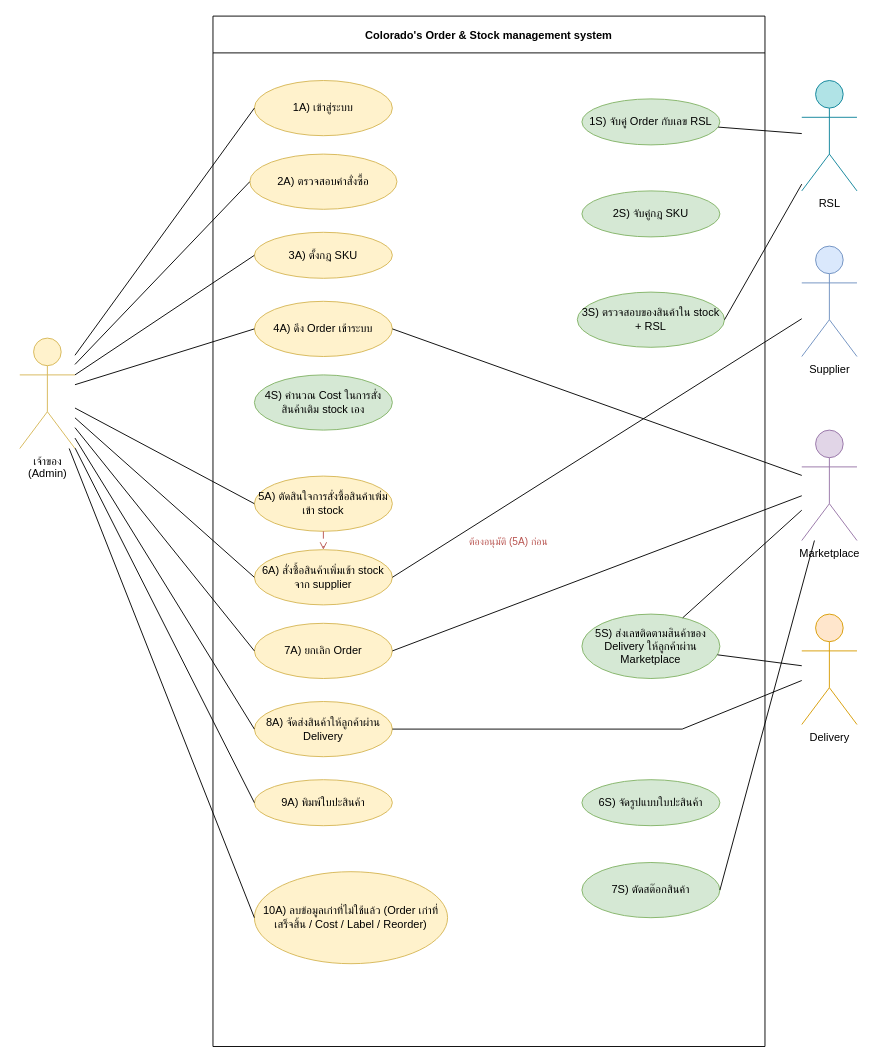
Before: 02-chapter2-business-process/src/SA Project - UseCase-To-Be usecase (fixed2).drawio.xml in xbpkdi/321-sa-proj, a draw.io diagram. Source tidied: cells renumbered, new cells numbered last; positions are measured from the earlier drawing's top-left corner, leaving out a move shared by most shapes. Both pictures are drawn from the tidied source at 92%, with x=0, y=0 at pixel (19, 16).
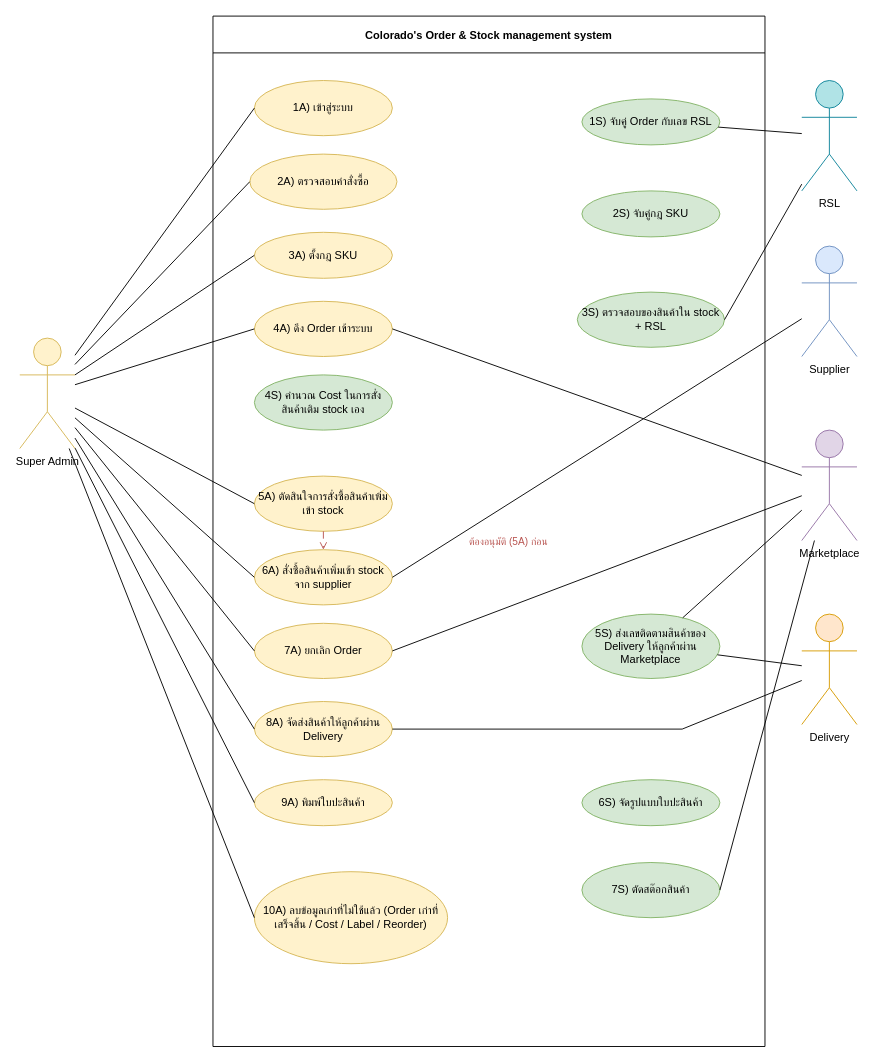
The same page after the edit.

Change to the diagram source:
```diff
@@
-    <mxCell id="30" value="&lt;div&gt;เจ้าของ&lt;/div&gt;(Admin)" style="shape=umlActor;verticalLabelPosition=bottom;verticalAlign=top;html=1;outlineConnect=0;fillColor=#FFF2CC;strokeColor=#D6B656;" parent="1" vertex="1">
+    <mxCell id="30" value="Super Admin" style="shape=umlActor;verticalLabelPosition=bottom;verticalAlign=top;html=1;outlineConnect=0;fillColor=#FFF2CC;strokeColor=#D6B656;" parent="1" vertex="1">
       <mxGeometry y="350" width="60" height="120" as="geometry" />
     </mxCell>
```
